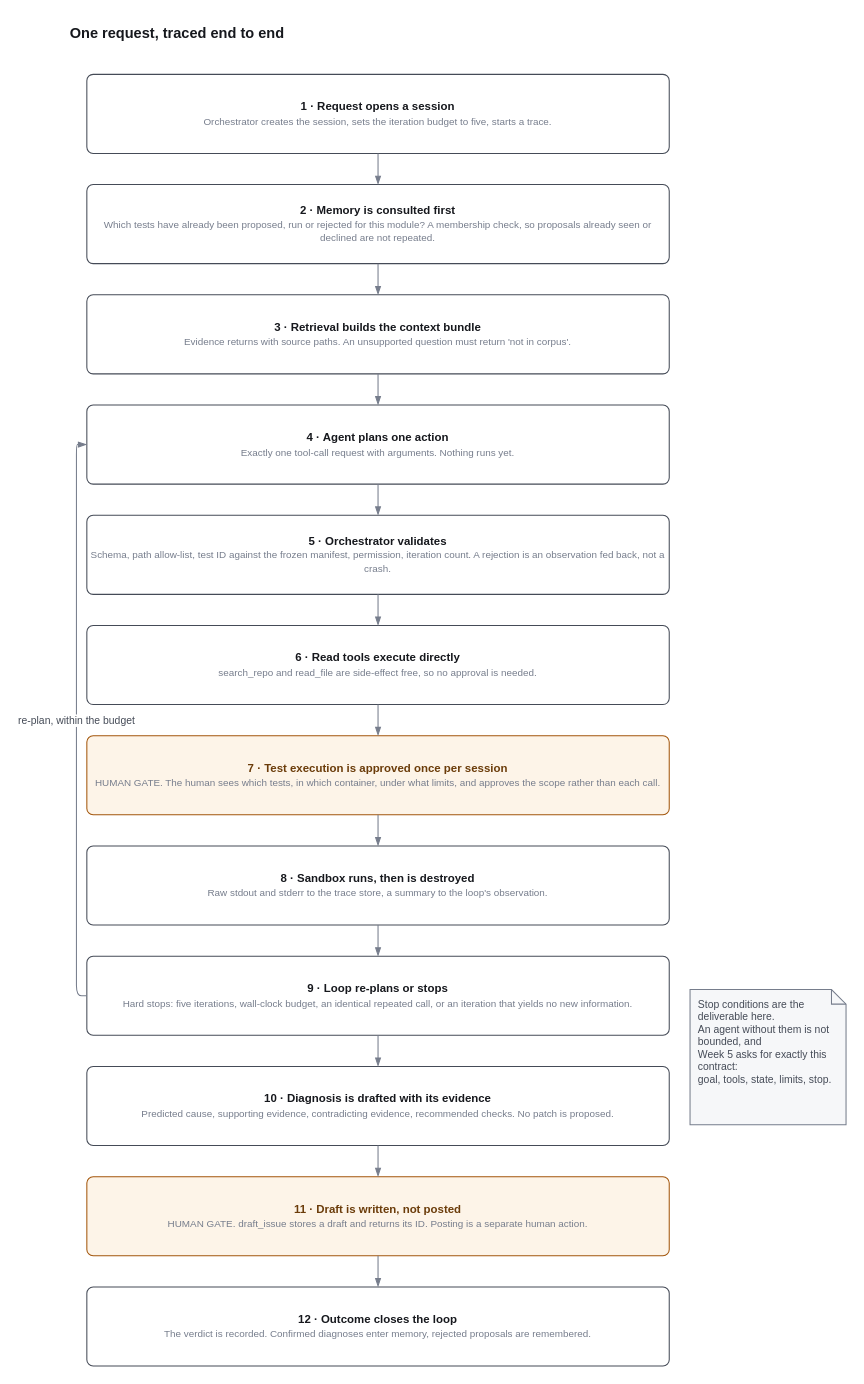
SelinaMasembe/Software-engineering-QA-agent keeps this draw.io diagram as page "Request walkthrough" (3 of 6) of docs/architecture/qa-agent-architecture (1).drawio. Above is the earlier version. Source tidied: cells renumbered, new cells numbered last; positions are measured from the earlier drawing's top-left corner, leaving out a move shared by most shapes. Both pictures are drawn from the tidied source at 104%, with x=0, y=0 at pixel (66, 18).
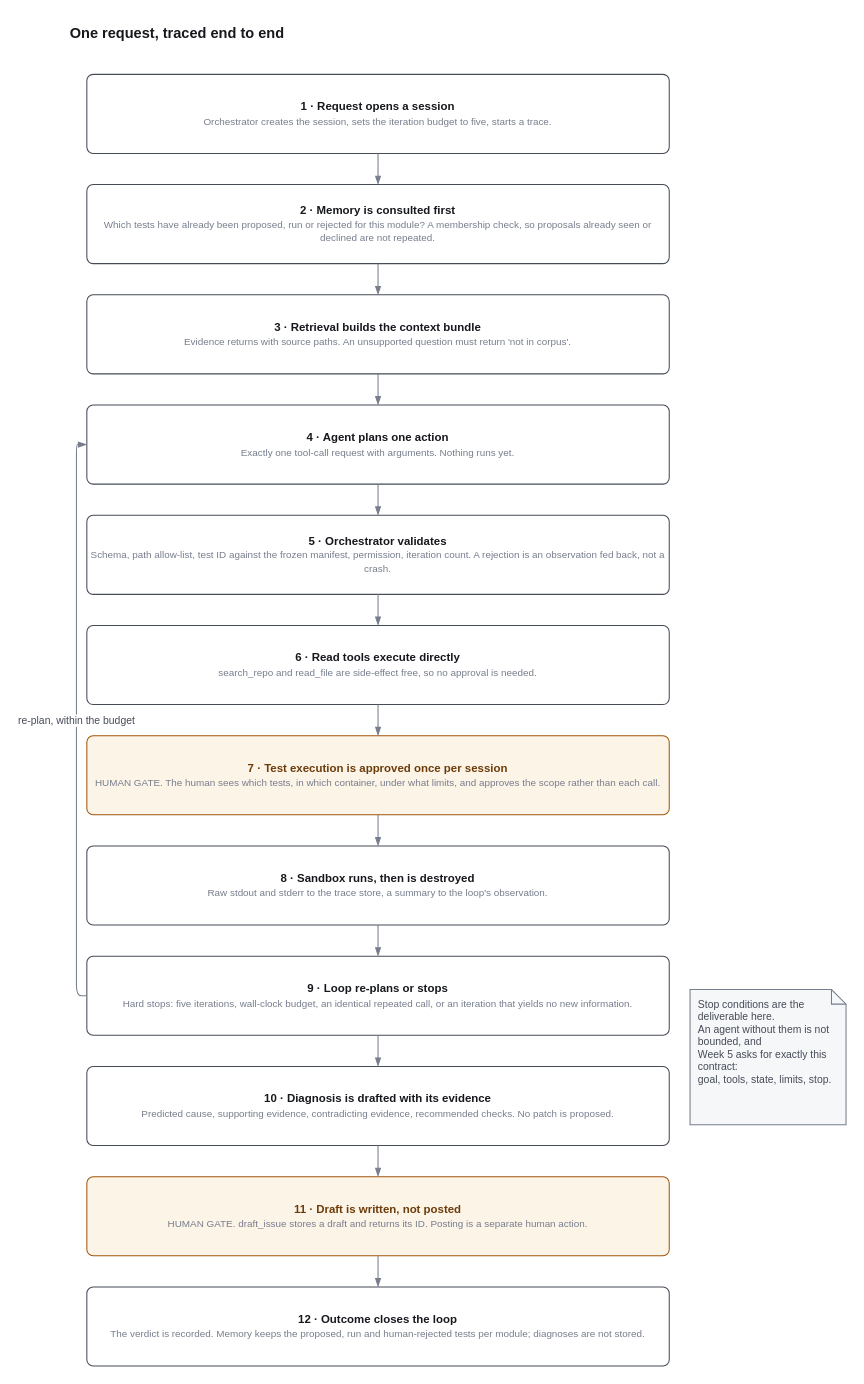
The same page after the edit.

The edit, as a diff of the source:
```diff
@@
-    <mxCell id="24" value="&lt;b&gt;12 · Outcome closes the loop&lt;/b&gt;&lt;br&gt;&lt;font style=&quot;font-size:9.5px&quot; color=&quot;#767d8c&quot;&gt;The verdict is recorded. Confirmed diagnoses enter memory, rejected proposals are remembered.&lt;/font&gt;" style="rounded=1;whiteSpace=wrap;html=1;arcSize=8;fontSize=11;align=center;verticalAlign=middle;spacing=4;fillColor=#ffffff;strokeColor=#454b57;fontColor=#16181d;" parent="1" vertex="1">
+    <mxCell id="24" value="&lt;b&gt;12 · Outcome closes the loop&lt;/b&gt;&lt;br&gt;&lt;font style=&quot;font-size:9.5px&quot; color=&quot;#767d8c&quot;&gt;The verdict is recorded. Memory keeps the proposed, run and human-rejected tests per module; diagnoses are not stored.&lt;/font&gt;" style="rounded=1;whiteSpace=wrap;html=1;arcSize=8;fontSize=11;align=center;verticalAlign=middle;spacing=4;fillColor=#ffffff;strokeColor=#454b57;fontColor=#16181d;" parent="1" vertex="1">
       <mxGeometry x="20" y="1220" width="560" height="76" as="geometry" />
     </mxCell>
```
